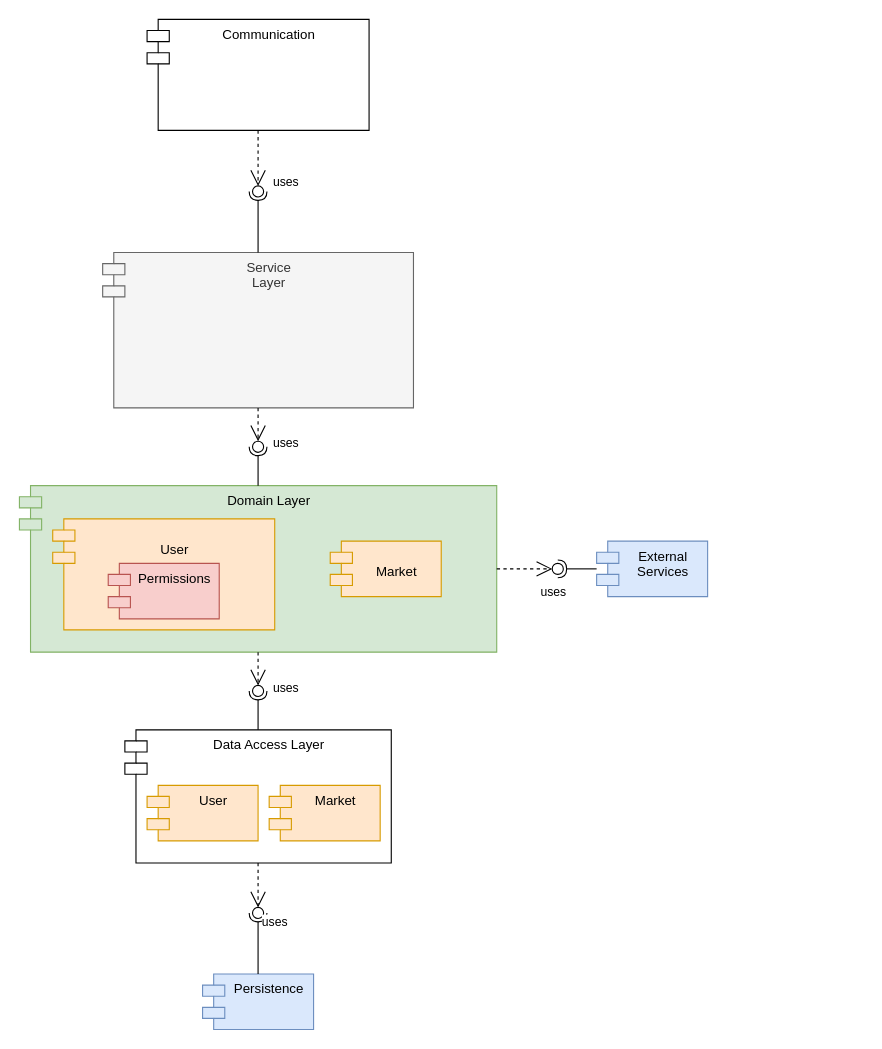
This is page "Component Diagram" (2 of 3) of Workshop.drawio from itaitzruia4/Workshop, a draw.io file, before an edit. Source tidied: cells renumbered, new cells numbered last; positions are measured from the earlier drawing's top-left corner, leaving out a move shared by most shapes. Both pictures are drawn from the tidied source at 111%, with x=0, y=0 at pixel (19, 19).
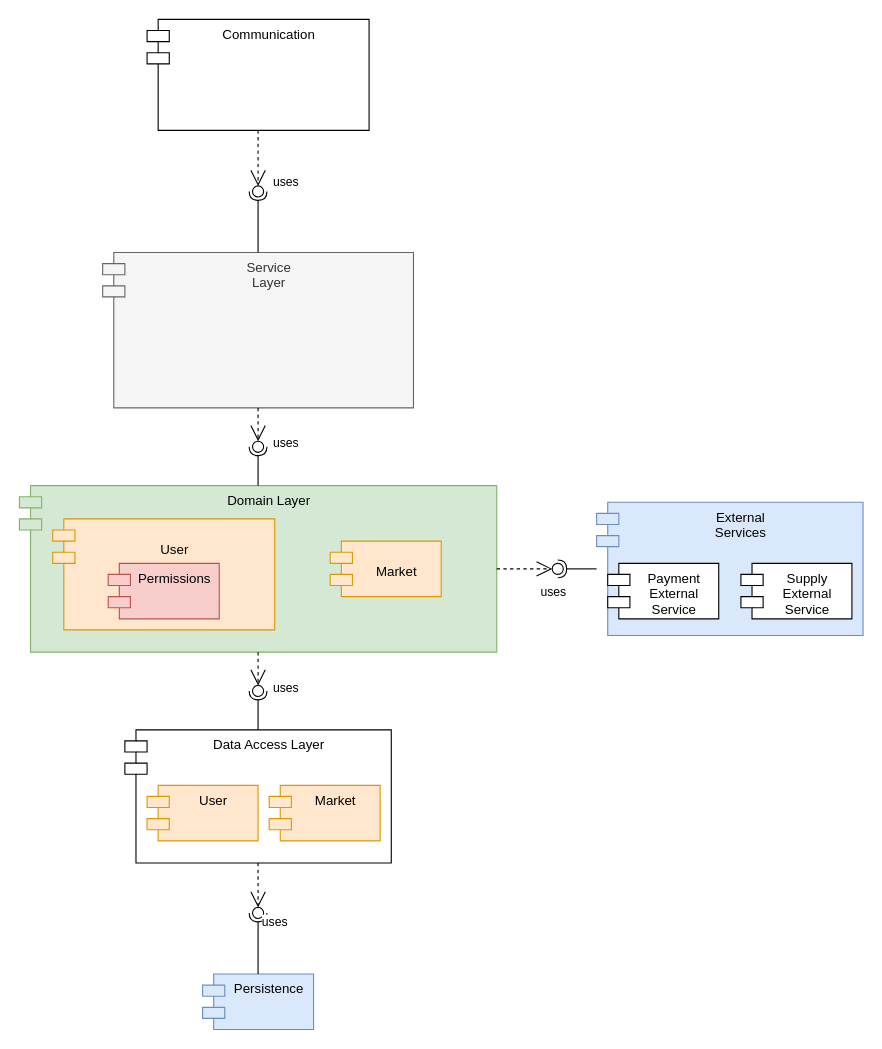
Above is the later version.

Commit message:
split external service component to sub-components

The edit, as a diff of the source:
```diff
@@
     <mxCell id="7" value="External&#10;Services" style="shape=module;align=left;spacingLeft=20;align=center;verticalAlign=top;fillColor=#dae8fc;strokeColor=#6c8ebf;" parent="1" vertex="1">
-      <mxGeometry x="520" y="470" width="100" height="50" as="geometry" />
+      <mxGeometry x="520" y="435" width="240" height="120" as="geometry" />
     </mxCell>
@@
+    <mxCell id="34" value="Payment&#10;External&#10;Service" style="shape=module;align=left;spacingLeft=20;align=center;verticalAlign=top;" parent="1" vertex="1">
+      <mxGeometry x="530" y="490" width="100" height="50" as="geometry" />
+    </mxCell>
+    <mxCell id="35" value="Supply&#10;External&#10;Service" style="shape=module;align=left;spacingLeft=20;align=center;verticalAlign=top;" parent="1" vertex="1">
+      <mxGeometry x="650" y="490" width="100" height="50" as="geometry" />
+    </mxCell>
```
